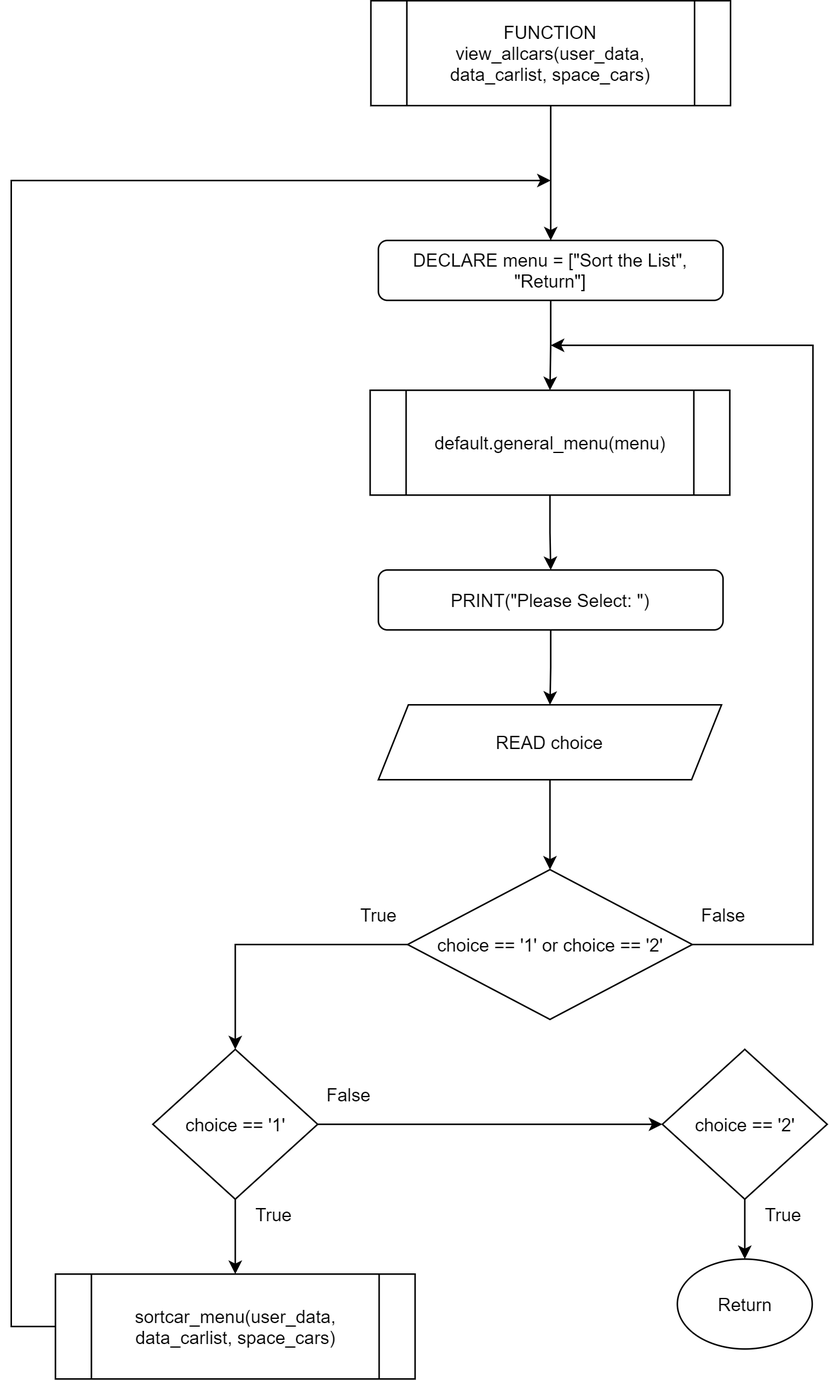
Before: Flowchart/clients/view_allcars.png, a diagram exported from draw.io (RabbitBear00/Car-Rental-System). Source tidied: cells renumbered, new cells last; positions are measured from the earlier drawing's top-left corner, leaving out a move shared by most shapes.
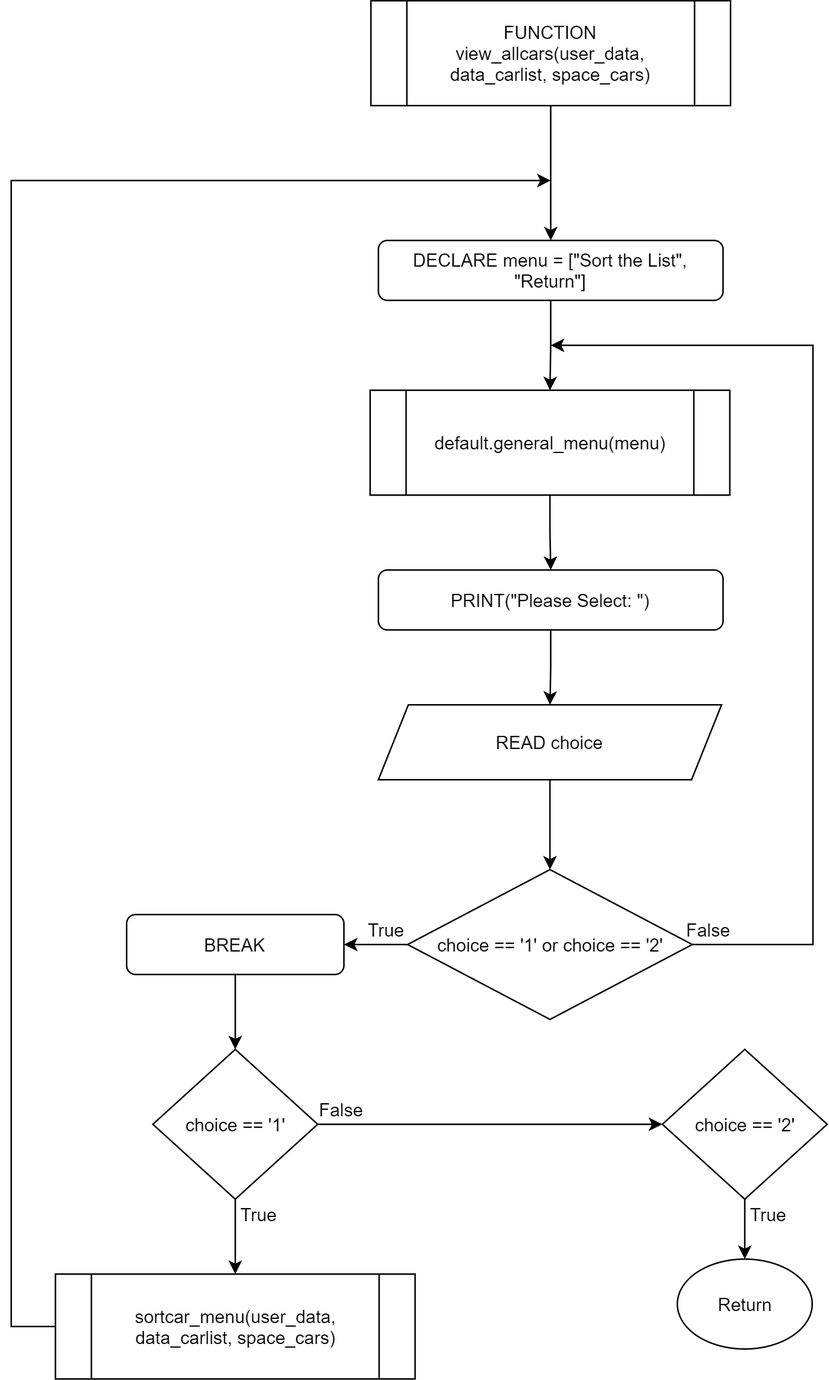
Above is the later version.

Diff of the diagram source:
```diff
@@ -29,9 +29,9 @@
         </Array>
       </mxGeometry>
     </mxCell>
-    <mxCell id="9" style="edgeStyle=orthogonalEdgeStyle;rounded=0;jettySize=auto;html=1;exitX=0;exitY=0.5;exitDx=0;exitDy=0;entryX=0.5;entryY=0;entryDx=0;entryDy=0;" parent="1" edge="1" source="10" target="13">
-      <mxGeometry relative="1" as="geometry" />
-    </mxCell>
+    <mxCell id="28" style="edgeStyle=orthogonalEdgeStyle;rounded=0;jettySize=auto;html=1;" parent="1" edge="1" source="10" target="30">
+      <mxGeometry relative="1" as="geometry" />
+    </mxCell>
     <mxCell id="10" value="choice == '1' or choice == '2'" style="rhombus;whiteSpace=wrap;html=1;" parent="1" vertex="1">
       <mxGeometry x="264.5" y="580" width="190" height="100" as="geometry" />
     </mxCell>
@@ -54,19 +54,19 @@
       <mxGeometry x="444.5" y="840" width="90" height="60" as="geometry" />
     </mxCell>
     <mxCell id="17" value="False" style="text;html=1;align=center;verticalAlign=middle;strokeColor=none;" parent="1" vertex="1">
-      <mxGeometry x="205" y="720" width="40" height="20" as="geometry" />
+      <mxGeometry x="200" y="730" width="40" height="20" as="geometry" />
     </mxCell>
     <mxCell id="18" value="True" style="text;html=1;align=center;verticalAlign=middle;strokeColor=none;" parent="1" vertex="1">
-      <mxGeometry x="155" y="800" width="40" height="20" as="geometry" />
+      <mxGeometry x="145" y="800" width="40" height="20" as="geometry" />
     </mxCell>
     <mxCell id="19" value="True" style="text;html=1;align=center;verticalAlign=middle;strokeColor=none;" parent="1" vertex="1">
-      <mxGeometry x="494.5" y="800" width="40" height="20" as="geometry" />
+      <mxGeometry x="484.5" y="800" width="40" height="20" as="geometry" />
     </mxCell>
     <mxCell id="20" value="True" style="text;html=1;align=center;verticalAlign=middle;strokeColor=none;" parent="1" vertex="1">
-      <mxGeometry x="225" y="600" width="40" height="20" as="geometry" />
+      <mxGeometry x="229.5" y="610" width="40" height="20" as="geometry" />
     </mxCell>
     <mxCell id="21" value="False" style="text;html=1;align=center;verticalAlign=middle;strokeColor=none;" parent="1" vertex="1">
-      <mxGeometry x="455" y="600" width="40" height="20" as="geometry" />
+      <mxGeometry x="444.5" y="610" width="40" height="20" as="geometry" />
     </mxCell>
     <mxCell id="22" style="edgeStyle=orthogonalEdgeStyle;rounded=0;jettySize=auto;html=1;endArrow=classic;endFill=1;" parent="1" edge="1" source="23" target="5">
       <mxGeometry relative="1" as="geometry" />
@@ -93,5 +93,11 @@
     <mxCell id="27" value="FUNCTION view_allcars(user_data, data_carlist, space_cars)" style="shape=process;whiteSpace=wrap;html=1;backgroundOutline=1;" parent="1" vertex="1">
       <mxGeometry x="240" width="240" height="70" as="geometry" />
     </mxCell>
+    <mxCell id="29" style="edgeStyle=orthogonalEdgeStyle;rounded=0;jettySize=auto;html=1;" parent="1" edge="1" source="30" target="13">
+      <mxGeometry relative="1" as="geometry" />
+    </mxCell>
+    <mxCell id="30" value="BREAK" style="rounded=1;whiteSpace=wrap;html=1;" parent="1" vertex="1">
+      <mxGeometry x="77" y="610" width="145" height="40" as="geometry" />
+    </mxCell>
   </root>
 </mxGraphModel>
```
